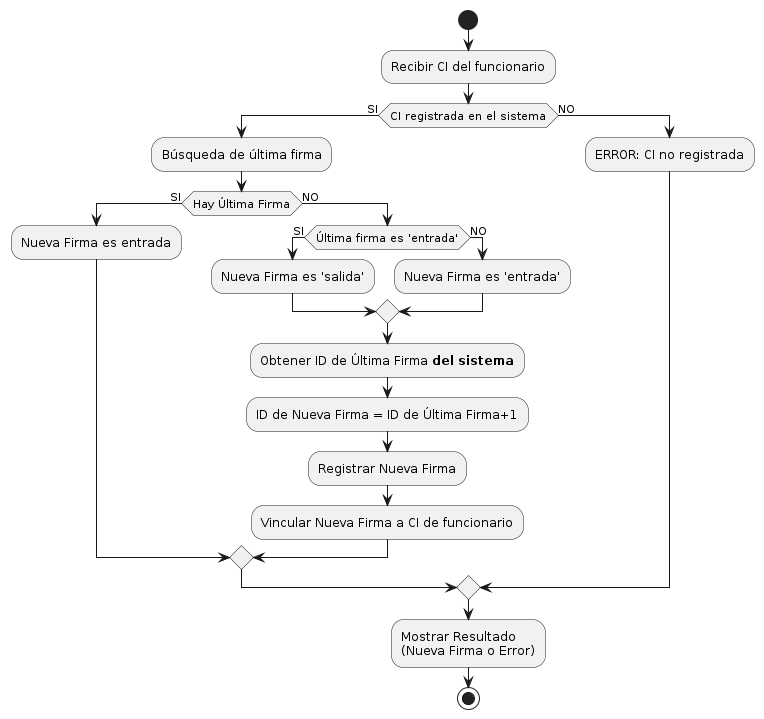
kurotori/RelojIFD keeps this PlantUML diagram as out/api/ejecucion/Ejecución.png. Above is the earlier version.
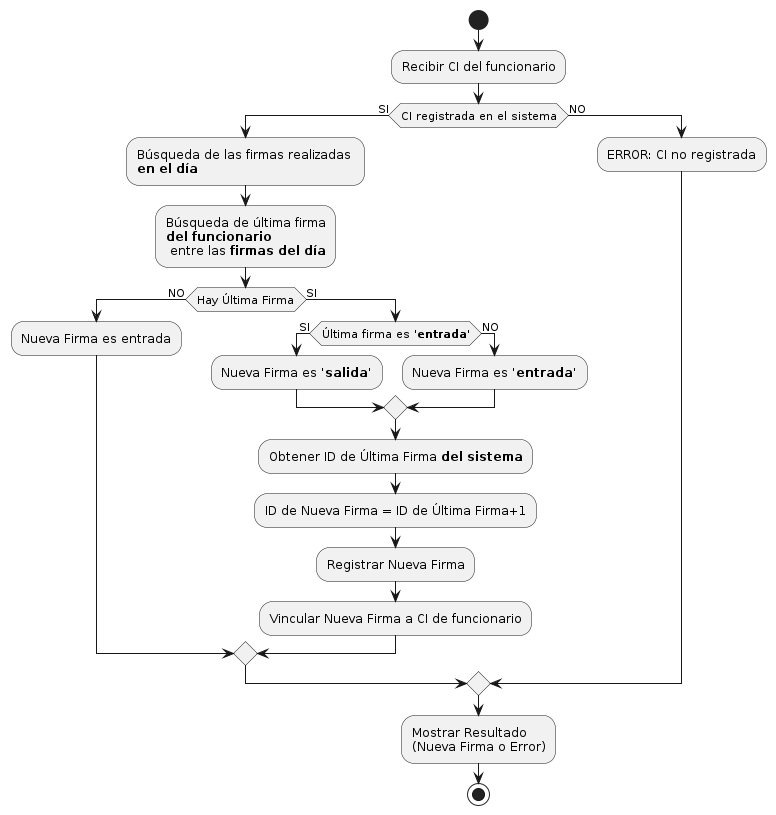
Above is the later version.

Commit message:
MKodificaciones varias: detalle de flujo de ejecución, manejo de errores en frontend

The edit, as a diff of the source:
```diff
@@ -3,14 +3,15 @@
         :Recibir CI del funcionario;
 
         if (CI registrada en el sistema) then (SI)
-            :Búsqueda de última firma;
-            if (Hay Última Firma) then (SI)
+            :Búsqueda de las firmas realizadas \n**en el día**;
+            :Búsqueda de última firma\n**del funcionario**\n entre las **firmas del día**;
+            if (Hay Última Firma) then (NO)
                 :Nueva Firma es entrada;
-            else (NO)
-                if (Última firma es 'entrada') then (SI)
-                    :Nueva Firma es 'salida';
+            else (SI)
+                if (Última firma es **'entrada'**) then (SI)
+                    :Nueva Firma es **'salida'**;
                 else (NO)
-                    :Nueva Firma es 'entrada';
+                    :Nueva Firma es **'entrada'**;
                 endif
                 :Obtener ID de Última Firma **del sistema**;
                 :ID de Nueva Firma = ID de Última Firma+1;
```
